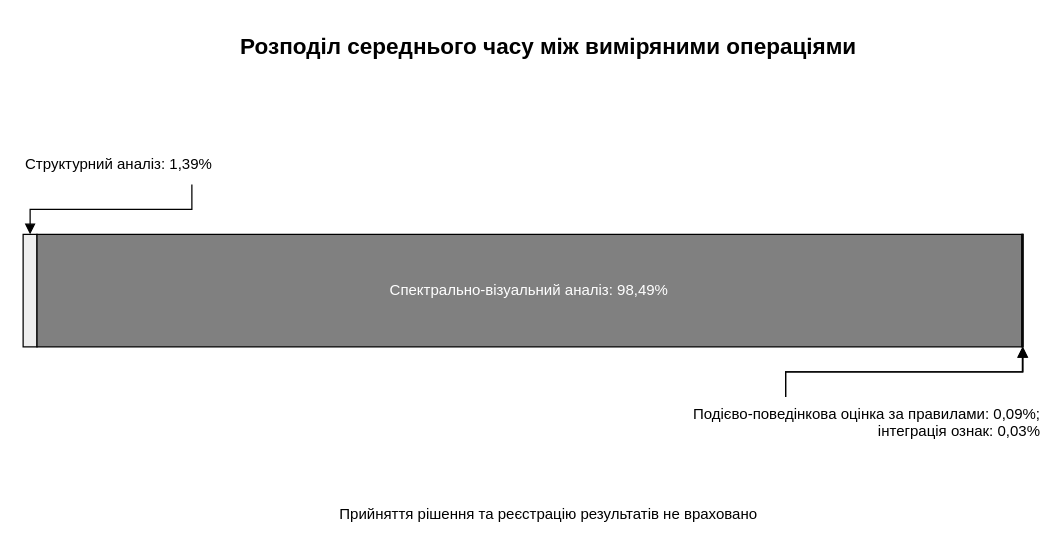
Earlier version of the draw.io diagram title/figures_drawio/fig_4_6_timing_breakdown.drawio (oleksandrmelnychenko/dima-phd). Source tidied: cells renumbered, new cells numbered last; positions are measured from the earlier drawing's top-left corner, leaving out a move shared by most shapes. Both pictures are drawn from the tidied source at 125%, with x=0, y=0 at pixel (22, 21).
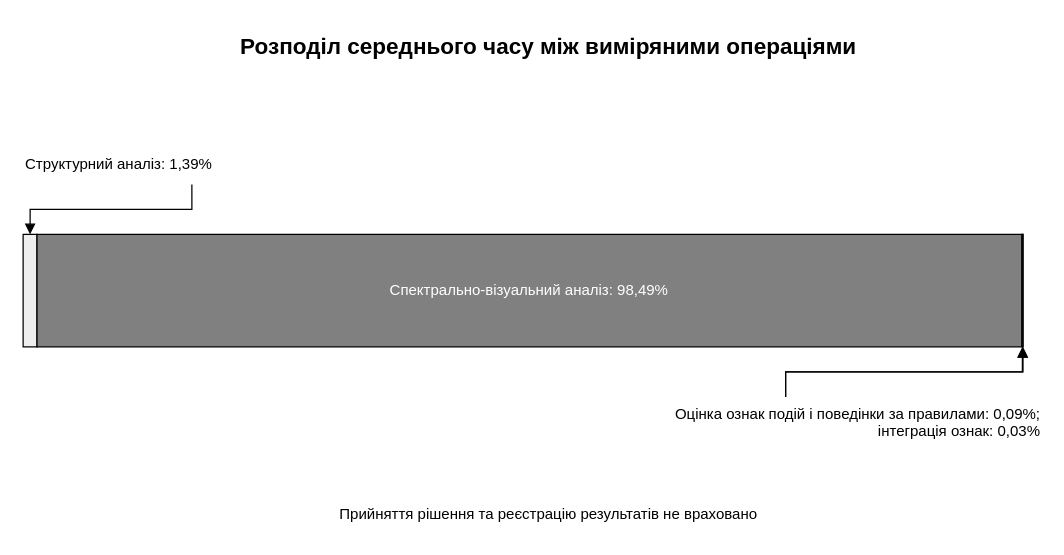
The same page after the edit.

Change to the diagram source:
```diff
@@
 <mxGraphModel>
   <root>
     <mxCell id="0" />
     <mxCell id="1" parent="0" />
     <mxCell id="2" value="Розподіл середнього часу між виміряними операціями" style="text;html=1;align=center;verticalAlign=middle;fontSize=18;fontStyle=1;fontColor=#000000;" parent="1" vertex="1">
       <mxGeometry x="95" width="650" height="40" as="geometry" />
     </mxCell>
     <mxCell id="3" style="shape=rectangle;whiteSpace=wrap;html=1;fillColor=#eeeeee;strokeColor=#000000;fontColor=#000000;" parent="1" vertex="1">
       <mxGeometry y="170" width="11.1" height="90" as="geometry" />
     </mxCell>
     <mxCell id="4" value="Спектрально-візуальний аналіз: 98,49%" style="shape=rectangle;whiteSpace=wrap;html=1;fillColor=#808080;strokeColor=#000000;fontColor=#ffffff;" parent="1" vertex="1">
       <mxGeometry x="11.1" y="170" width="787.9" height="90" as="geometry" />
     </mxCell>
     <mxCell id="5" style="shape=rectangle;whiteSpace=wrap;html=1;fillColor=#bbbbbb;strokeColor=#000000;" parent="1" vertex="1">
       <mxGeometry x="799" y="170" width="0.7" height="90" as="geometry" />
     </mxCell>
     <mxCell id="6" style="shape=rectangle;whiteSpace=wrap;html=1;fillColor=#ffffff;strokeColor=#000000;" parent="1" vertex="1">
       <mxGeometry x="799.8" y="170" width="0.2" height="90" as="geometry" />
     </mxCell>
     <mxCell id="7" value="Структурний аналіз: 1,39%" style="text;html=1;align=left;fontColor=#000000;" parent="1" vertex="1">
       <mxGeometry y="100" width="270" height="30" as="geometry" />
     </mxCell>
-    <mxCell id="8" value="Подієво-поведінкова оцінка за правилами: 0,09%;&lt;br&gt;інтеграція ознак: 0,03%" style="text;html=1;align=right;fontColor=#000000;" parent="1" vertex="1">
+    <mxCell id="8" value="Оцінка ознак подій і поведінки за правилами: 0,09%;&lt;br&gt;інтеграція ознак: 0,03%" style="text;html=1;align=right;fontColor=#000000;" parent="1" vertex="1">
       <mxGeometry x="405" y="300" width="410" height="40" as="geometry" />
     </mxCell>
     <mxCell id="9" value="Прийняття рішення та реєстрацію результатів не враховано" style="text;html=1;align=center;fontColor=#000000;fontSize=12;" parent="1" vertex="1">
       <mxGeometry x="150" y="380" width="540" height="30" as="geometry" />
     </mxCell>
     <mxCell id="10" style="edgeStyle=orthogonalEdgeStyle;rounded=0;html=1;endArrow=block;endFill=1;strokeColor=#000000;strokeWidth=1;" parent="1" edge="1" source="7" target="3">
       <mxGeometry relative="1" as="geometry" />
     </mxCell>
     <mxCell id="11" style="edgeStyle=orthogonalEdgeStyle;rounded=0;html=1;endArrow=block;endFill=1;strokeColor=#000000;strokeWidth=1;" parent="1" edge="1" source="8" target="5">
       <mxGeometry relative="1" as="geometry" />
     </mxCell>
     <mxCell id="12" style="edgeStyle=orthogonalEdgeStyle;rounded=0;html=1;endArrow=block;endFill=1;strokeColor=#000000;strokeWidth=1;" parent="1" edge="1" source="8" target="6">
       <mxGeometry relative="1" as="geometry" />
     </mxCell>
   </root>
 </mxGraphModel>
```
